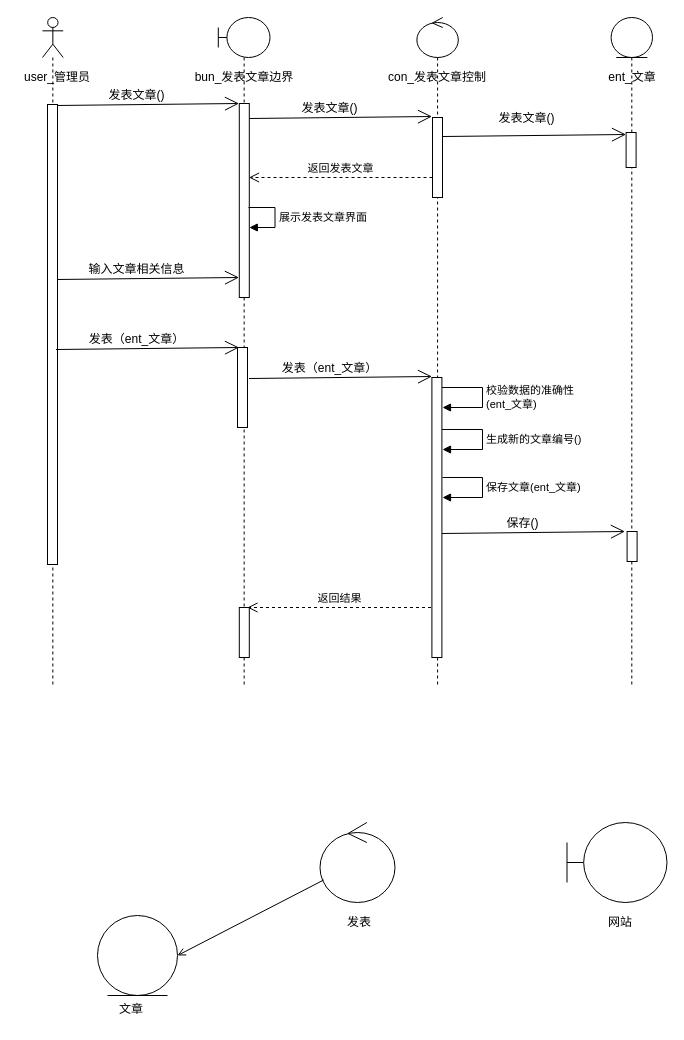
JMHello/draw keeps this draw.io diagram as pet/uml/系统分析与设计/系统实现用例-发表文章-时序图.drawio. Above is the earlier version. Source tidied: cells renumbered, new cells numbered last; positions are measured from the earlier drawing's top-left corner, leaving out a move shared by most shapes. Both pictures are drawn from the tidied source at 100%, with x=0, y=0 at pixel (17, 17).
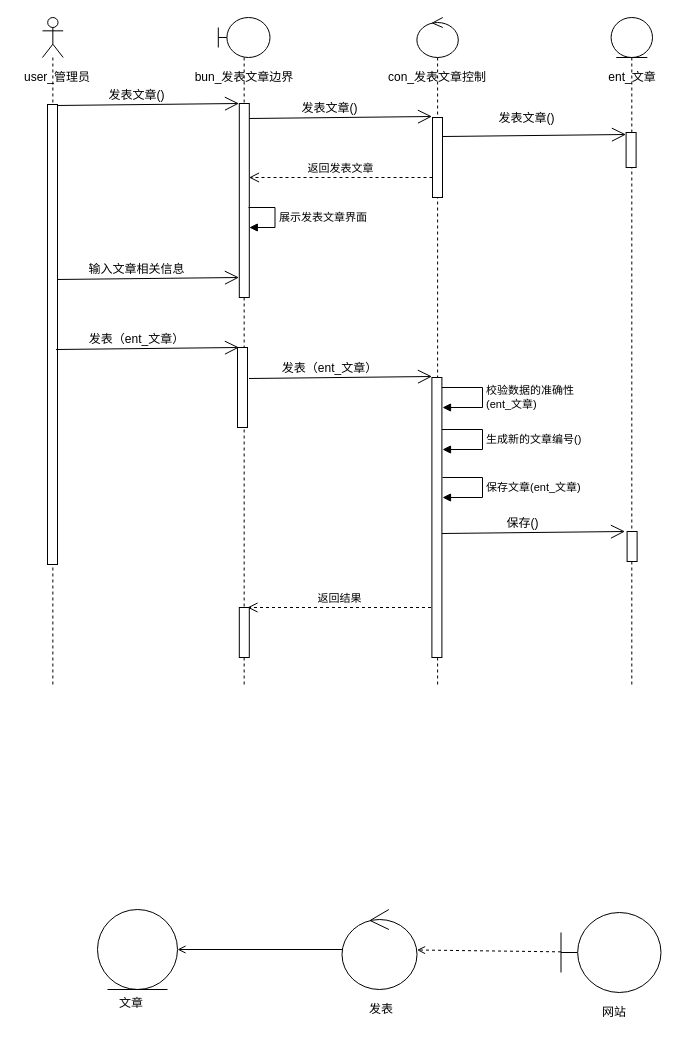
After the change.

Commit message:
Update 系统实现用例-发表文章-时序图.drawio

Unchanged cells that the change refers to:
```xml
<mxCell id="3" style="ellipse;shape=umlControl;whiteSpace=wrap;html=1;" parent="2" vertex="1">
  <mxGeometry width="75" height="80" as="geometry" />
</mxCell>
<mxCell id="6" style="shape=umlBoundary;whiteSpace=wrap;html=1;" parent="5" vertex="1">
  <mxGeometry width="100" height="80" as="geometry" />
</mxCell>
```

The edit, as a diff of the source:
```diff
@@
     <mxCell id="2" style="group;" parent="1" vertex="1">
-      <mxGeometry x="302.5" y="805" width="75" height="110" as="geometry" />
+      <mxGeometry x="324.5" y="892" width="75" height="110" as="geometry" />
     </mxCell>
@@
     <mxCell id="5" style="group;" parent="1" vertex="1">
-      <mxGeometry x="549.5" y="805" width="100" height="110" as="geometry" />
+      <mxGeometry x="543.5" y="895" width="100" height="110" as="geometry" />
     </mxCell>
@@
     <mxCell id="8" style="group;" parent="1" vertex="1">
-      <mxGeometry x="80" y="898" width="80" height="104" as="geometry" />
+      <mxGeometry x="80" y="892" width="80" height="104" as="geometry" />
     </mxCell>
@@
+    <mxCell id="58" style="edgeStyle=none;rounded=0;jettySize=auto;html=1;endArrow=open;endFill=0;dashed=1;" parent="1" edge="1" source="6" target="3">
+      <mxGeometry relative="1" as="geometry" />
+    </mxCell>
```
